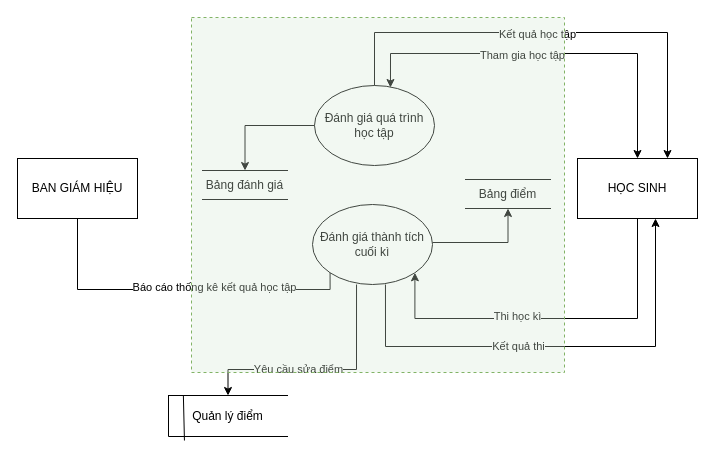
The draw.io diagram 2.2.3.a.drawio in TLGKien/graph, before the edit. Source tidied: cells renumbered, new cells numbered last; positions are measured from the earlier drawing's top-left corner, leaving out a move shared by most shapes. Both pictures are drawn from the tidied source at 100%, with x=0, y=0 at pixel (17, 17).
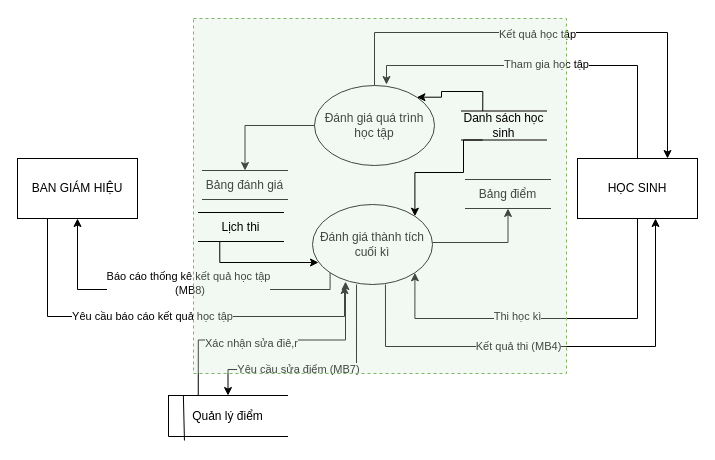
The same page after the edit.

The change refers to these unchanged cells:
```xml
<mxCell id="2" value="Đánh giá quá trình học tập" style="ellipse;whiteSpace=wrap;html=1;" parent="1" vertex="1">
  <mxGeometry x="297" y="68" width="120" height="80" as="geometry" />
</mxCell>
<mxCell id="3" value="Đánh giá thành tích cuối kì" style="ellipse;whiteSpace=wrap;html=1;" parent="1" vertex="1">
  <mxGeometry x="295" y="187" width="120" height="80" as="geometry" />
</mxCell>
<mxCell id="10" value="HỌC SINH" style="rounded=0;whiteSpace=wrap;html=1;" parent="1" vertex="1">
  <mxGeometry x="560" y="141" width="120" height="60" as="geometry" />
</mxCell>
<mxCell id="15" style="edgeStyle=orthogonalEdgeStyle;rounded=0;jettySize=auto;html=1;exitX=0.608;exitY=1;exitDx=0;exitDy=0;exitPerimeter=0;" parent="1" edge="1" source="3" target="10">
  <mxGeometry relative="1" as="geometry">
    <Array as="points">
      <mxPoint x="368" y="329" />
      <mxPoint x="638" y="329" />
    </Array>
  </mxGeometry>
</mxCell>
<mxCell id="17" style="edgeStyle=orthogonalEdgeStyle;rounded=0;jettySize=auto;html=1;exitX=0.367;exitY=1;exitDx=0;exitDy=0;entryX=0.5;entryY=0;entryDx=0;entryDy=0;exitPerimeter=0;" parent="1" edge="1" source="3" target="22">
  <mxGeometry relative="1" as="geometry">
    <Array as="points">
      <mxPoint x="339" y="352" />
      <mxPoint x="211" y="352" />
    </Array>
  </mxGeometry>
</mxCell>
<mxCell id="21" value="BAN GIÁM HIỆU" style="rounded=0;whiteSpace=wrap;html=1;" parent="1" vertex="1">
  <mxGeometry y="141" width="120" height="60" as="geometry" />
</mxCell>
<mxCell id="22" value="Quản lý điểm" style="shape=partialRectangle;whiteSpace=wrap;html=1;bottom=1;right=0;left=1;top=1;fillColor=none;routingCenterX=-0.5;" parent="1" vertex="1">
  <mxGeometry x="151" y="378" width="119" height="41" as="geometry" />
</mxCell>
```

Change to the diagram source:
```diff
@@
-    <mxCell id="6" style="edgeStyle=orthogonalEdgeStyle;rounded=0;jettySize=auto;html=1;entryX=0.5;entryY=0;entryDx=0;entryDy=0;labelPosition=center;verticalLabelPosition=middle;align=center;verticalAlign=middle;exitX=0;exitY=1;exitDx=0;exitDy=0;" parent="1" edge="1" source="3" target="21">
+    <mxCell id="6" style="edgeStyle=orthogonalEdgeStyle;rounded=0;jettySize=auto;html=1;entryX=0.5;entryY=1;entryDx=0;entryDy=0;labelPosition=center;verticalLabelPosition=middle;align=center;verticalAlign=middle;exitX=0;exitY=1;exitDx=0;exitDy=0;" parent="1" edge="1" source="3" target="21">
       <mxGeometry relative="1" as="geometry">
         <Array as="points">
           <mxPoint x="313" y="272" />
           <mxPoint x="60" y="272" />
         </Array>
       </mxGeometry>
     </mxCell>
-    <mxCell id="7" value="&lt;div align=&quot;right&quot;&gt;Báo cáo thống kê kết quả học tập&lt;br&gt;&lt;/div&gt;" style="edgeLabel;html=1;align=center;verticalAlign=middle;" parent="6" vertex="1">
+    <mxCell id="7" value="&lt;div align=&quot;right&quot;&gt;Báo cáo thống kê kết quả học tập&lt;br&gt;&lt;/div&gt;&amp;nbsp;(MB8)" style="edgeLabel;html=1;align=center;verticalAlign=middle;" parent="6" vertex="1">
       <mxGeometry x="0.25" relative="1" as="geometry">
-        <mxPoint x="116.7" y="-3" as="offset" />
+        <mxPoint x="54" y="-7" as="offset" />
       </mxGeometry>
     </mxCell>
@@
+    <mxCell id="25" style="edgeStyle=orthogonalEdgeStyle;rounded=0;jettySize=auto;html=1;exitX=0.5;exitY=0;exitDx=0;exitDy=0;entryX=0.6;entryY=-0.012;entryDx=0;entryDy=0;entryPerimeter=0;" parent="1" edge="1" source="10" target="2">
+      <mxGeometry relative="1" as="geometry" />
+    </mxCell>
+    <mxCell id="12" value="Tham gia học tập" style="edgeLabel;html=1;align=center;verticalAlign=middle;" parent="25" vertex="1">
+      <mxGeometry x="0.02" y="-2" relative="1" as="geometry" />
+    </mxCell>
@@
-    <mxCell id="11" style="endArrow=classic;startArrow=classic;html=1;align=right;edgeStyle=orthogonalEdgeStyle;rounded=0;exitX=0.633;exitY=0.025;exitDx=0;exitDy=0;entryX=0.5;entryY=0;entryDx=0;entryDy=0;exitPerimeter=0;" parent="1" edge="1" source="2" target="10">
-      <mxGeometry relative="1" as="geometry">
-        <Array as="points">
-          <mxPoint x="373" y="36" />
-          <mxPoint x="620" y="36" />
-        </Array>
-      </mxGeometry>
-    </mxCell>
-    <mxCell id="12" value="Tham gia học tập" style="edgeLabel;html=1;align=center;verticalAlign=middle;" parent="11" vertex="1">
-      <mxGeometry x="-0.14" y="-1" relative="1" as="geometry" />
-    </mxCell>
@@
-    <mxCell id="16" value="Kết quả thi" style="edgeLabel;html=1;align=center;verticalAlign=middle;" parent="15" vertex="1">
+    <mxCell id="16" value="Kết quả thi (MB4)" style="edgeLabel;html=1;align=center;verticalAlign=middle;" parent="15" vertex="1">
       <mxGeometry x="-0.4" relative="1" as="geometry">
         <mxPoint x="57" y="-1" as="offset" />
       </mxGeometry>
     </mxCell>
@@
-    <mxCell id="18" value="Yêu cầu sửa điểm" style="edgeLabel;html=1;align=center;verticalAlign=middle;rotation=0;" parent="17" vertex="1">
+    <mxCell id="18" value="Yêu cầu sửa điểm (MB7)" style="edgeLabel;html=1;align=center;verticalAlign=middle;rotation=0;" parent="17" vertex="1">
       <mxGeometry x="0.28" y="-4" relative="1" as="geometry">
         <mxPoint x="9" y="3" as="offset" />
       </mxGeometry>
     </mxCell>
@@
+    <mxCell id="26" style="edgeStyle=orthogonalEdgeStyle;rounded=0;jettySize=auto;html=1;exitX=0.25;exitY=1;exitDx=0;exitDy=0;entryX=0.267;entryY=1.013;entryDx=0;entryDy=0;entryPerimeter=0;" parent="1" edge="1" source="21" target="3">
+      <mxGeometry relative="1" as="geometry">
+        <Array as="points">
+          <mxPoint x="30" y="299" />
+          <mxPoint x="327" y="299" />
+        </Array>
+      </mxGeometry>
+    </mxCell>
+    <mxCell id="27" value="Yêu cầu báo cáo kết quả học tập" style="edgeLabel;html=1;align=center;verticalAlign=middle;" parent="26" vertex="1">
+      <mxGeometry x="-0.05" y="1" relative="1" as="geometry" />
+    </mxCell>
@@
+    <mxCell id="28" style="edgeStyle=orthogonalEdgeStyle;rounded=0;jettySize=auto;html=1;exitX=0.25;exitY=0;exitDx=0;exitDy=0;entryX=0.275;entryY=0.963;entryDx=0;entryDy=0;entryPerimeter=0;" parent="1" edge="1" source="22" target="3">
+      <mxGeometry relative="1" as="geometry" />
+    </mxCell>
+    <mxCell id="29" value="Xác nhận sửa điê,r" style="edgeLabel;html=1;align=center;verticalAlign=middle;" parent="28" vertex="1">
+      <mxGeometry x="-0.17" y="-2" relative="1" as="geometry">
+        <mxPoint y="1" as="offset" />
+      </mxGeometry>
+    </mxCell>
@@
     <mxCell id="24" style="rounded=0;whiteSpace=wrap;html=1;fillOpacity=30;fillColor=#d5e8d4;strokeColor=#82b366;dashed=1;" parent="1" vertex="1">
-      <mxGeometry x="174" width="373" height="355" as="geometry" />
+      <mxGeometry x="176" y="1" width="373" height="355" as="geometry" />
     </mxCell>
+    <mxCell id="30" style="edgeStyle=orthogonalEdgeStyle;rounded=0;jettySize=auto;html=1;exitX=0.25;exitY=1;exitDx=0;exitDy=0;entryX=0.05;entryY=0.725;entryDx=0;entryDy=0;entryPerimeter=0;" parent="1" edge="1" source="31" target="3">
+      <mxGeometry relative="1" as="geometry" />
+    </mxCell>
+    <mxCell id="31" value="Lịch thi" style="shape=partialRectangle;whiteSpace=wrap;html=1;left=0;right=0;fillColor=none;rounded=0;shadow=0;glass=0;sketch=0;" parent="1" vertex="1">
+      <mxGeometry x="181" y="195" width="85" height="29" as="geometry" />
+    </mxCell>
+    <mxCell id="32" style="edgeStyle=orthogonalEdgeStyle;rounded=0;jettySize=auto;html=1;exitX=0.25;exitY=0;exitDx=0;exitDy=0;entryX=1;entryY=0;entryDx=0;entryDy=0;" parent="1" edge="1" source="34" target="2">
+      <mxGeometry relative="1" as="geometry">
+        <Array as="points">
+          <mxPoint x="465" y="74" />
+          <mxPoint x="424" y="74" />
+          <mxPoint x="424" y="80" />
+        </Array>
+      </mxGeometry>
+    </mxCell>
+    <mxCell id="33" style="edgeStyle=orthogonalEdgeStyle;rounded=0;jettySize=auto;html=1;exitX=0.25;exitY=1;exitDx=0;exitDy=0;entryX=1;entryY=0;entryDx=0;entryDy=0;" parent="1" edge="1" source="34" target="3">
+      <mxGeometry relative="1" as="geometry">
+        <Array as="points">
+          <mxPoint x="446" y="123" />
+          <mxPoint x="446" y="155" />
+          <mxPoint x="397" y="155" />
+        </Array>
+      </mxGeometry>
+    </mxCell>
+    <mxCell id="34" value="Danh sách học sinh" style="shape=partialRectangle;whiteSpace=wrap;html=1;left=0;right=0;fillColor=none;rounded=0;shadow=0;glass=0;sketch=0;" parent="1" vertex="1">
+      <mxGeometry x="444" y="93.5" width="85" height="29" as="geometry" />
+    </mxCell>
```
